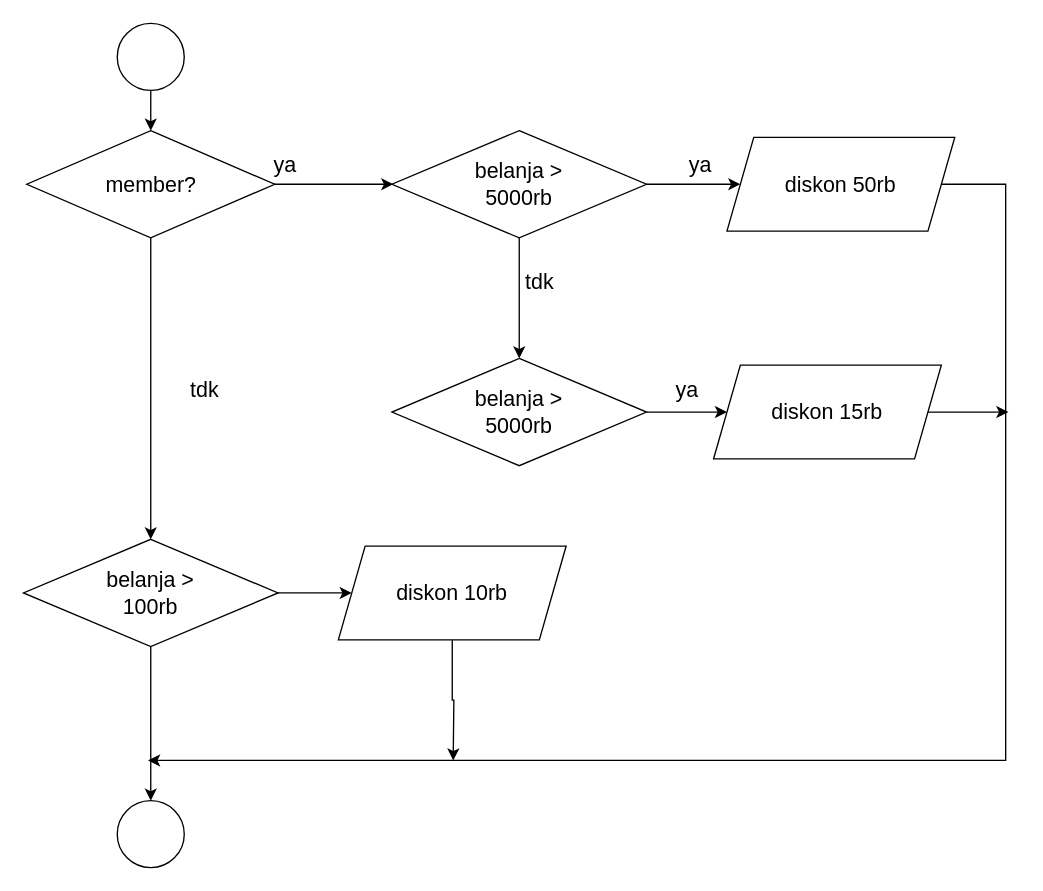
Above: diskon_harga_perulangan.drawio in alesandi11/algo_B_23241070 (draw.io), before the change. Source tidied: cells renumbered, new cells numbered last; positions are measured from the earlier drawing's top-left corner, leaving out a move shared by most shapes. Both pictures are drawn from the tidied source at 134%, with x=0, y=0 at pixel (23, 23).
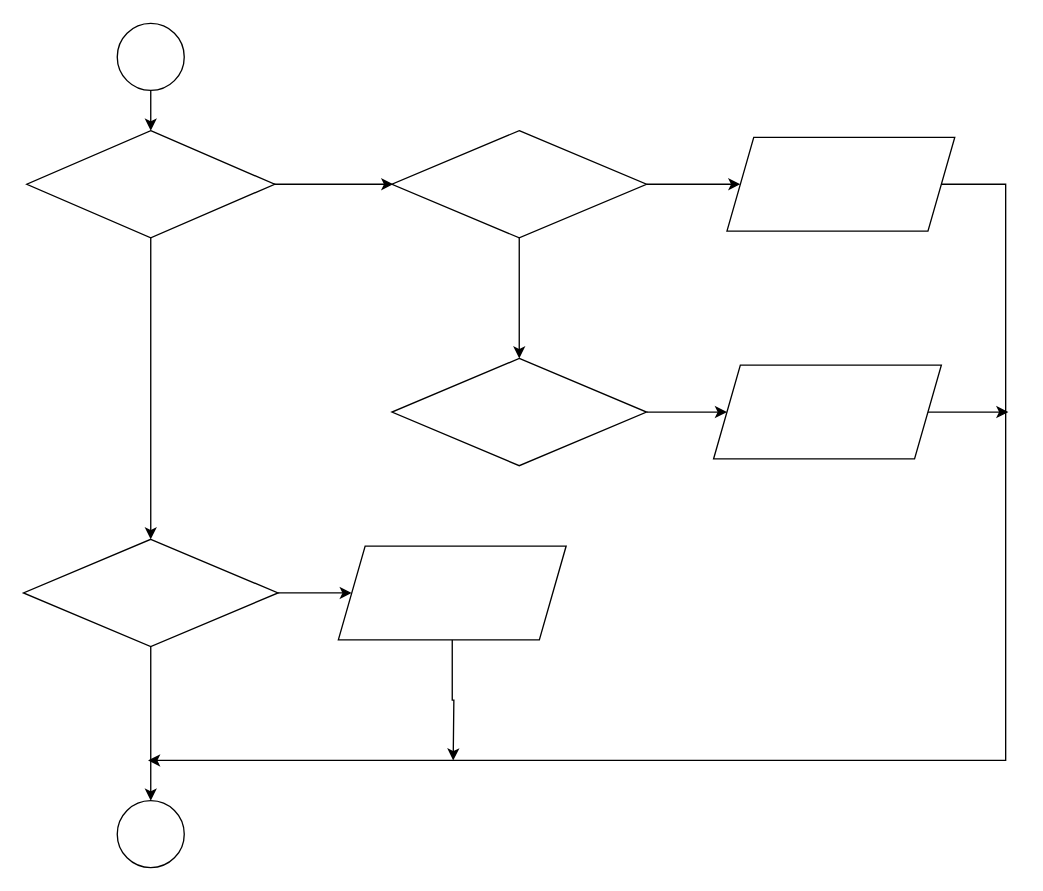
After the change.

What changed in the source:
```diff
@@
-    <mxCell id="6" value="&lt;font size=&quot;3&quot;&gt;member?&lt;/font&gt;" style="rhombus;whiteSpace=wrap;html=1;" parent="1" vertex="1">
+    <mxCell id="6" style="rhombus;whiteSpace=wrap;html=1;" parent="1" vertex="1">
       <mxGeometry x="2.5" y="80" width="185" height="80" as="geometry" />
     </mxCell>
@@
-    <mxCell id="9" value="&lt;font size=&quot;3&quot;&gt;diskon 10rb&lt;br&gt;&lt;/font&gt;" style="shape=parallelogram;perimeter=parallelogramPerimeter;whiteSpace=wrap;html=1;fixedSize=1;" parent="1" vertex="1">
+    <mxCell id="9" style="shape=parallelogram;perimeter=parallelogramPerimeter;whiteSpace=wrap;html=1;fixedSize=1;" parent="1" vertex="1">
       <mxGeometry x="235" y="390" width="170" height="70" as="geometry" />
     </mxCell>
@@
-    <mxCell id="12" value="&lt;div&gt;&lt;font size=&quot;3&quot;&gt;belanja &amp;gt;&lt;/font&gt;&lt;/div&gt;&lt;div&gt;&lt;font size=&quot;3&quot;&gt;5000rb&lt;br&gt;&lt;/font&gt;&lt;/div&gt;" style="rhombus;whiteSpace=wrap;html=1;" parent="1" vertex="1">
+    <mxCell id="12" style="rhombus;whiteSpace=wrap;html=1;" parent="1" vertex="1">
       <mxGeometry x="275" y="80" width="190" height="80" as="geometry" />
     </mxCell>
-    <mxCell id="13" value="&lt;font size=&quot;3&quot;&gt;ya&lt;/font&gt;" style="text;html=1;align=center;verticalAlign=middle;strokeColor=none;fillColor=none;" parent="1" vertex="1">
-      <mxGeometry x="485" y="90" width="40" height="30" as="geometry" />
-    </mxCell>
-    <mxCell id="14" value="&lt;font size=&quot;3&quot;&gt;ya&lt;/font&gt;" style="text;html=1;align=center;verticalAlign=middle;strokeColor=none;fillColor=none;" parent="1" vertex="1">
-      <mxGeometry x="175" y="90" width="40" height="30" as="geometry" />
-    </mxCell>
-    <mxCell id="15" value="&lt;font size=&quot;3&quot;&gt;tdk&lt;/font&gt;" style="text;html=1;align=center;verticalAlign=middle;strokeColor=none;fillColor=none;" parent="1" vertex="1">
-      <mxGeometry x="365" y="178" width="40" height="30" as="geometry" />
-    </mxCell>
-    <mxCell id="16" value="&lt;font size=&quot;3&quot;&gt;ya&lt;/font&gt;" style="text;html=1;align=center;verticalAlign=middle;strokeColor=none;fillColor=none;" parent="1" vertex="1">
-      <mxGeometry x="475" y="258" width="40" height="30" as="geometry" />
-    </mxCell>
-    <mxCell id="17" value="&lt;font size=&quot;3&quot;&gt;tdk&lt;/font&gt;" style="text;html=1;align=center;verticalAlign=middle;strokeColor=none;fillColor=none;" parent="1" vertex="1">
-      <mxGeometry x="115" y="258" width="40" height="30" as="geometry" />
-    </mxCell>
@@
-    <mxCell id="19" value="&lt;div&gt;&lt;font size=&quot;3&quot;&gt;belanja &amp;gt;&lt;/font&gt;&lt;/div&gt;&lt;div&gt;&lt;font size=&quot;3&quot;&gt;5000rb&lt;br&gt;&lt;/font&gt;&lt;/div&gt;" style="rhombus;whiteSpace=wrap;html=1;" parent="1" vertex="1">
+    <mxCell id="19" style="rhombus;whiteSpace=wrap;html=1;" parent="1" vertex="1">
       <mxGeometry x="275" y="250" width="190" height="80" as="geometry" />
     </mxCell>
-    <mxCell id="20" value="&lt;font size=&quot;3&quot;&gt;diskon 50rb&lt;br&gt;&lt;/font&gt;" style="shape=parallelogram;perimeter=parallelogramPerimeter;whiteSpace=wrap;html=1;fixedSize=1;" parent="1" vertex="1">
+    <mxCell id="20" style="shape=parallelogram;perimeter=parallelogramPerimeter;whiteSpace=wrap;html=1;fixedSize=1;" parent="1" vertex="1">
       <mxGeometry x="525" y="85" width="170" height="70" as="geometry" />
     </mxCell>
@@
-    <mxCell id="22" value="&lt;font size=&quot;3&quot;&gt;diskon 15rb&lt;br&gt;&lt;/font&gt;" style="shape=parallelogram;perimeter=parallelogramPerimeter;whiteSpace=wrap;html=1;fixedSize=1;" parent="1" vertex="1">
+    <mxCell id="22" style="shape=parallelogram;perimeter=parallelogramPerimeter;whiteSpace=wrap;html=1;fixedSize=1;" parent="1" vertex="1">
       <mxGeometry x="515" y="255" width="170" height="70" as="geometry" />
     </mxCell>
@@
-    <mxCell id="25" value="&lt;div&gt;&lt;font size=&quot;3&quot;&gt;belanja &amp;gt;&lt;/font&gt;&lt;/div&gt;&lt;div&gt;&lt;font size=&quot;3&quot;&gt;100rb&lt;br&gt;&lt;/font&gt;&lt;/div&gt;" style="rhombus;whiteSpace=wrap;html=1;" parent="1" vertex="1">
+    <mxCell id="25" style="rhombus;whiteSpace=wrap;html=1;" parent="1" vertex="1">
       <mxGeometry y="385" width="190" height="80" as="geometry" />
     </mxCell>
```
